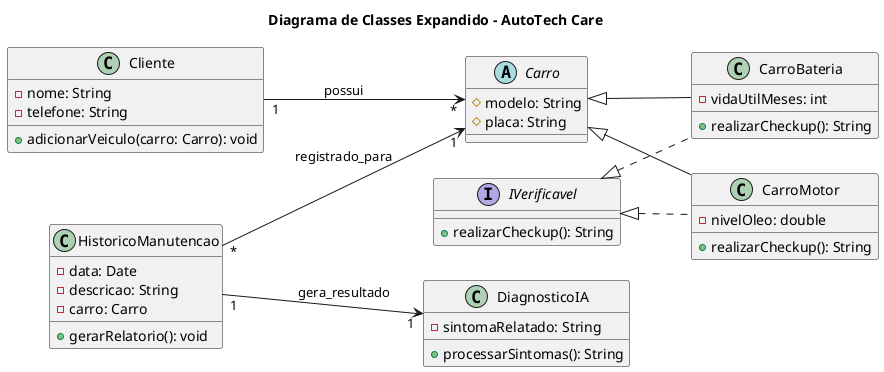
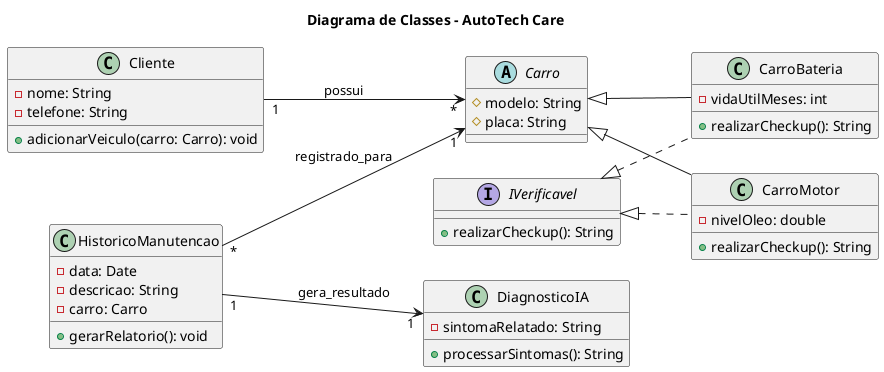
// B. Diagrama de Classes: utilizando a hierarquia que definimos (Herança e Interface).
  @startuml
- title Diagrama de Classes Expandido - AutoTech Care
+ title Diagrama de Classes - AutoTech Care
left to right direction

class Cliente {
    - nome: String
    - telefone: String
    + adicionarVeiculo(carro: Carro): void
}

abstract class Carro {
    # modelo: String
    # placa: String
}

class CarroBateria {
    - vidaUtilMeses: int
    + realizarCheckup(): String
}

class CarroMotor {
    - nivelOleo: double
    + realizarCheckup(): String
}

interface IVerificavel {
    + realizarCheckup(): String
}

class HistoricoManutencao {
    - data: Date
    - descricao: String
    - carro: Carro
    + gerarRelatorio(): void
}

class DiagnosticoIA {
    - sintomaRelatado: String
    + processarSintomas(): String
}

' Relações estruturais
Cliente "1" --> "*" Carro : possui
Carro <|-- CarroBateria
Carro <|-- CarroMotor
IVerificavel <|.. CarroBateria
IVerificavel <|.. CarroMotor

HistoricoManutencao "*" --> "1" Carro : registrado_para
HistoricoManutencao "1" --> "1" DiagnosticoIA : gera_resultado
@enduml
